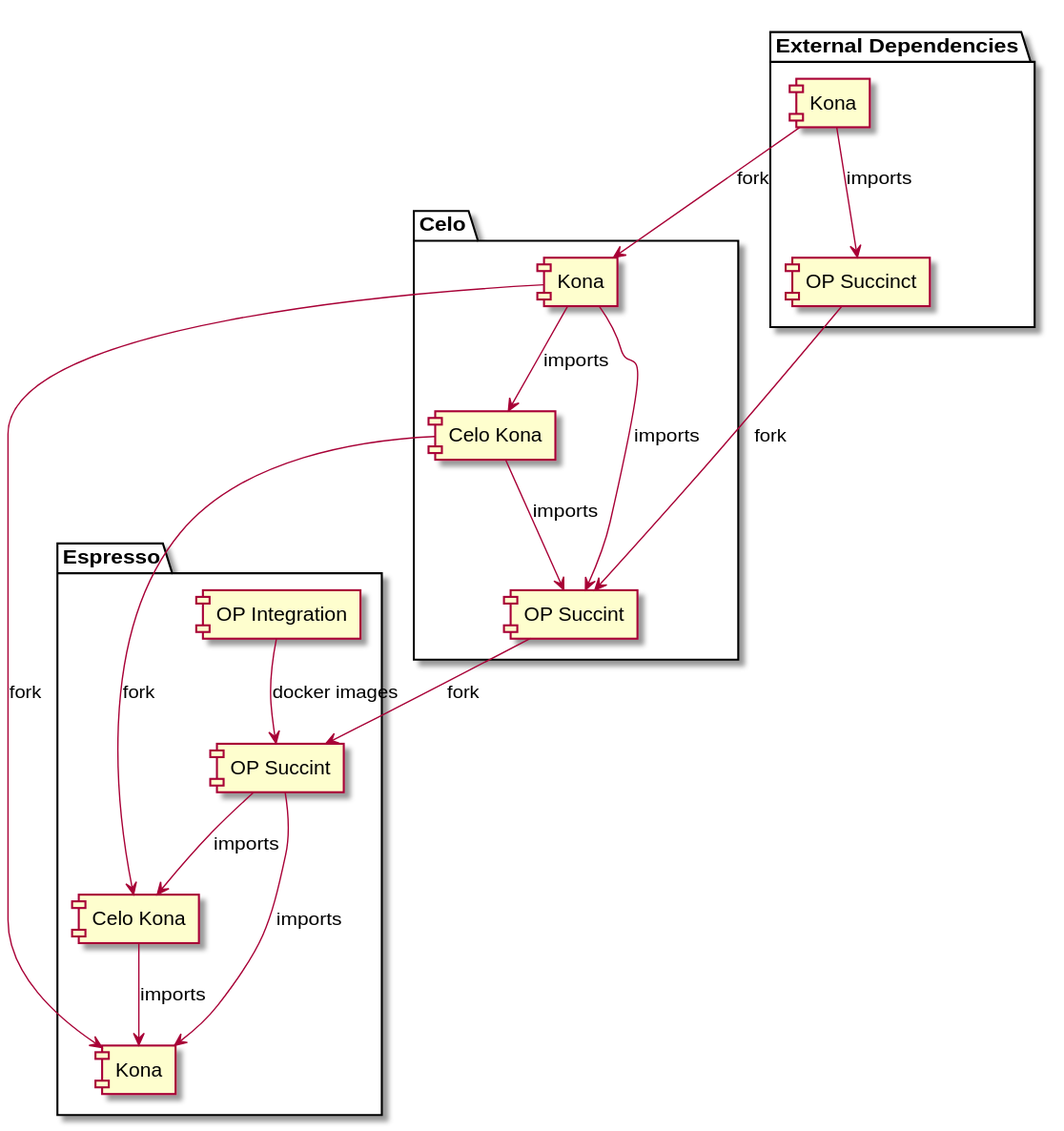
Earlier version of the PlantUML export docs/op-succint-repos.svg (EspressoSystems/optimism-espresso-integration). Source of this version:
```plantuml
@startuml

package "External Dependencies" {
  [ Kona ] as KonaExternal
  [OP Succinct] as OPSuccintExternal
}

package "Celo" {
  [Kona] as KonaCelo
  [Celo Kona] as CeloKonaCelo
  [OP Succint] as OPSuccintCelo
}

package "Espresso" {
  [Kona] as KonaEspresso
  [Celo Kona] as CeloKonaEspresso
  [OP Succint] as OPSuccintEspresso
  [OP Integration] as OpIntegration
}


 KonaCelo--> CeloKonaCelo: imports

 CeloKonaCelo--> OPSuccintCelo : imports
 KonaExternal--> OPSuccintExternal : imports
KonaCelo  --> OPSuccintCelo: imports

KonaExternal --> KonaCelo: fork
OPSuccintExternal --> OPSuccintCelo: fork
KonaCelo --> KonaEspresso: fork
CeloKonaCelo --> CeloKonaEspresso: fork
OPSuccintCelo --> OPSuccintEspresso: fork

OpIntegration --> OPSuccintEspresso : docker images
CeloKonaEspresso  --> KonaEspresso: imports
OPSuccintEspresso --> CeloKonaEspresso: imports
OPSuccintEspresso --> KonaEspresso: imports


@enduml
```
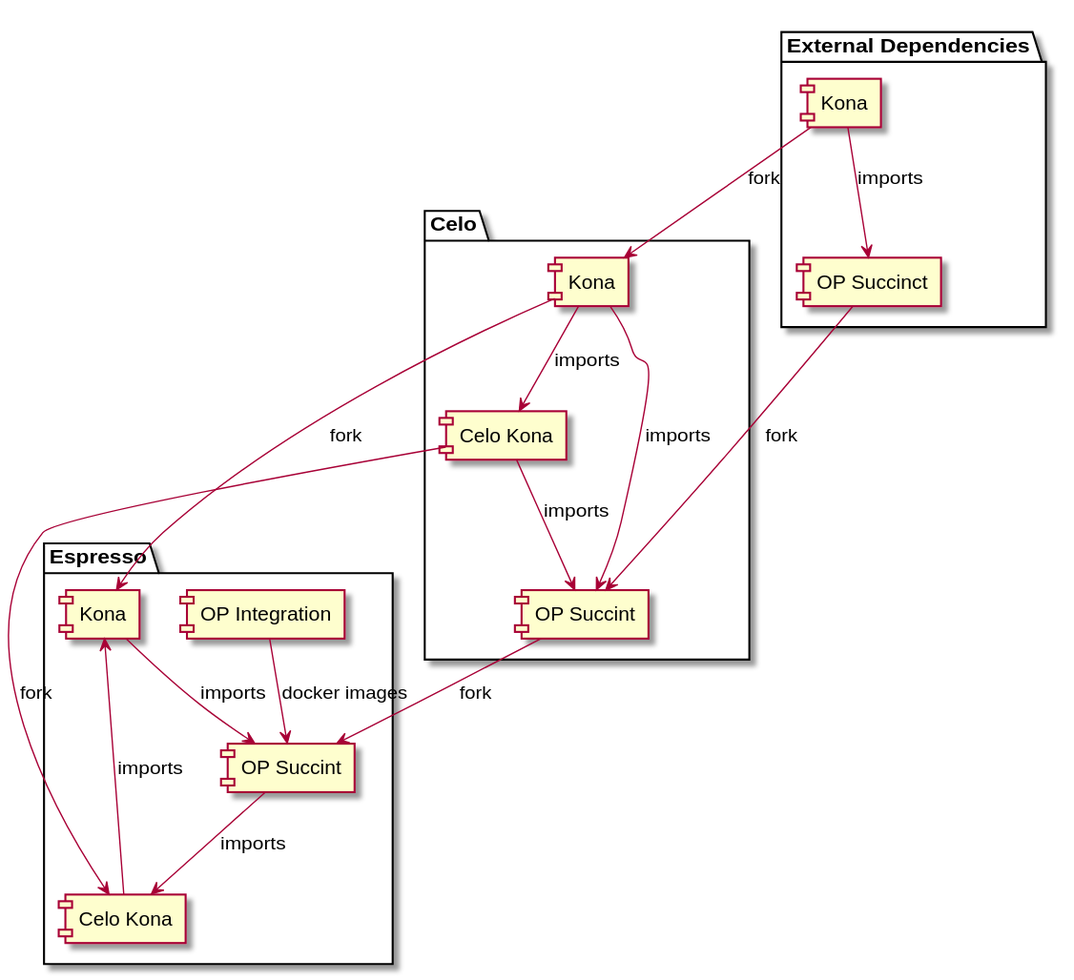
Later version of the same file.

Commit message:
Fix dependencies diagram

What changed in the source:
```diff
@@ -34,7 +34,7 @@
 OpIntegration --> OPSuccintEspresso : docker images
 CeloKonaEspresso  --> KonaEspresso: imports
 OPSuccintEspresso --> CeloKonaEspresso: imports
-OPSuccintEspresso --> KonaEspresso: imports
+KonaEspresso --> OPSuccintEspresso : imports
 
 
 @enduml
```
